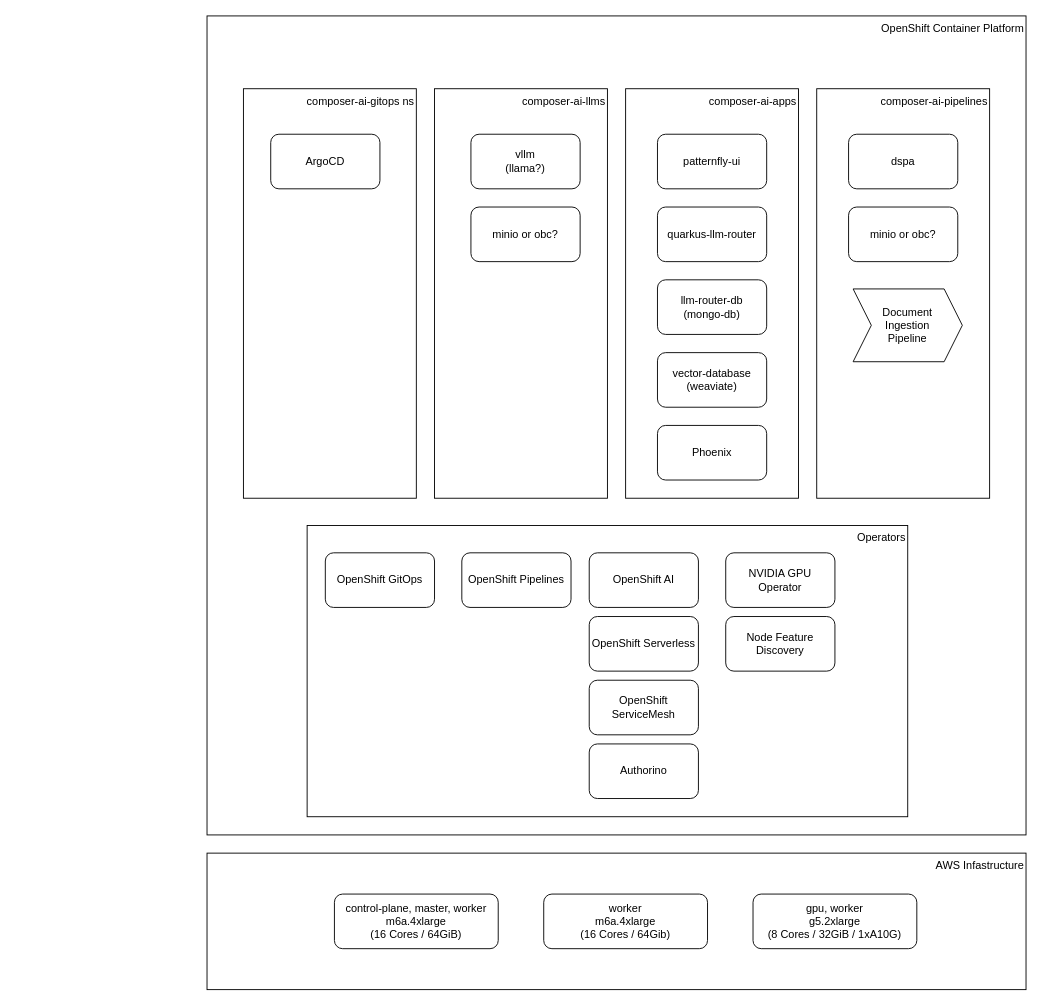
Above: diagrams/cluster-diagram-v2.drawio in redhat-composer-ai/getting-started (draw.io), before the change. Source tidied: cells renumbered, new cells numbered last; positions are measured from the earlier drawing's top-left corner, leaving out a move shared by most shapes. Both pictures are drawn from the tidied source at 91%, with x=0, y=0 at pixel (207, 15).
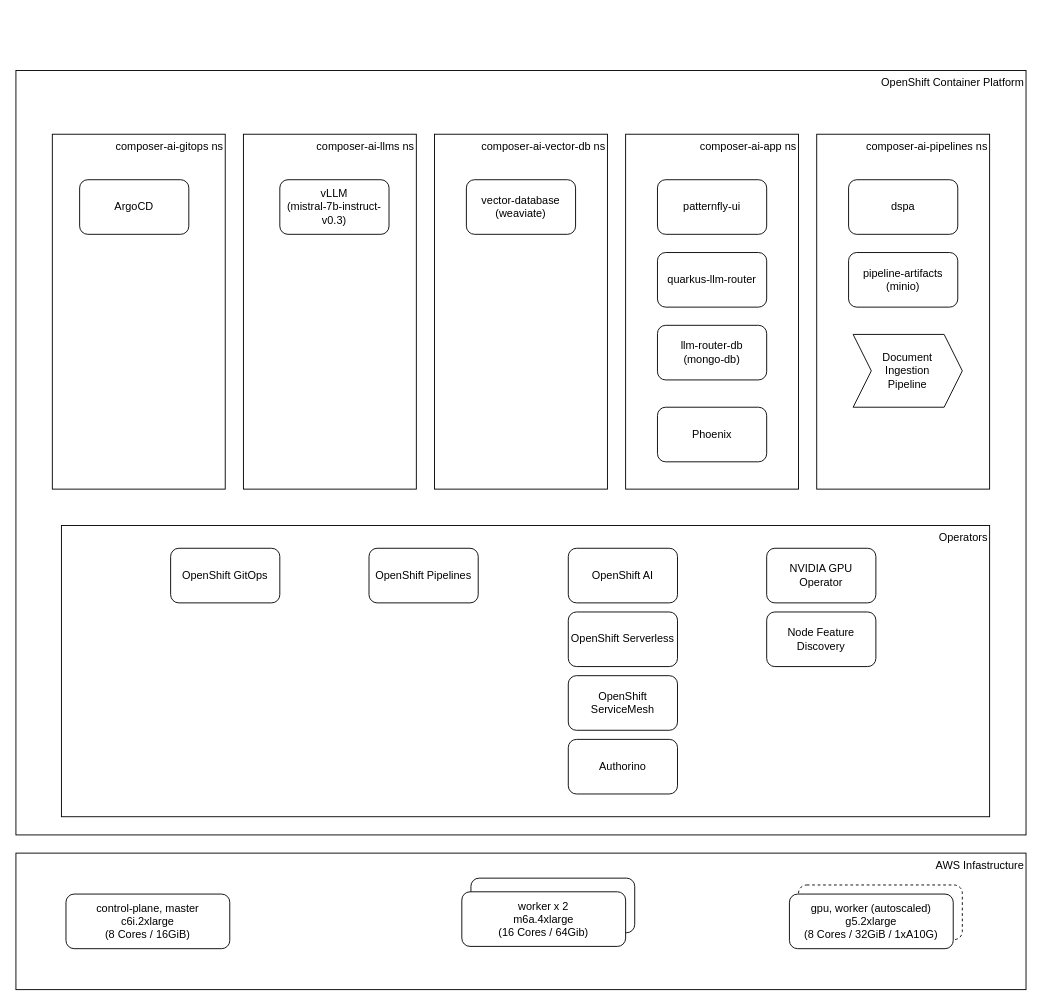
Above is the later version.

Commit message (it also covers changes not shown here):
seperate out vector-db to seperate ns

What changed in the source:
```diff
@@
     <mxCell id="2" value="OpenShift Container Platform" style="rounded=0;whiteSpace=wrap;html=1;align=right;verticalAlign=top;" parent="1" vertex="1">
-      <mxGeometry width="900" height="900" as="geometry" />
+      <mxGeometry x="-210" y="60" width="1110" height="840" as="geometry" />
     </mxCell>
+    <mxCell id="31" value="composer-ai-vector-db ns" style="rounded=0;whiteSpace=wrap;html=1;align=right;verticalAlign=top;" parent="1" vertex="1">
+      <mxGeometry x="250" y="130" width="190" height="390" as="geometry" />
+    </mxCell>
     <mxCell id="3" value="Operators" style="rounded=0;whiteSpace=wrap;html=1;align=right;verticalAlign=top;" parent="1" vertex="1">
-      <mxGeometry x="110" y="560" width="660" height="320" as="geometry" />
+      <mxGeometry x="-160" y="560" width="1020" height="320" as="geometry" />
     </mxCell>
     <mxCell id="4" value="OpenShift GitOps" style="rounded=1;whiteSpace=wrap;html=1;" parent="1" vertex="1">
-      <mxGeometry x="130" y="590" width="120" height="60" as="geometry" />
+      <mxGeometry x="-40" y="585" width="120" height="60" as="geometry" />
     </mxCell>
     <mxCell id="5" value="OpenShift Pipelines" style="rounded=1;whiteSpace=wrap;html=1;" parent="1" vertex="1">
-      <mxGeometry x="280" y="590" width="120" height="60" as="geometry" />
+      <mxGeometry x="178" y="585" width="120" height="60" as="geometry" />
     </mxCell>
     <mxCell id="6" value="OpenShift AI" style="rounded=1;whiteSpace=wrap;html=1;" parent="1" vertex="1">
-      <mxGeometry x="420" y="590" width="120" height="60" as="geometry" />
+      <mxGeometry x="397" y="585" width="120" height="60" as="geometry" />
     </mxCell>
     <mxCell id="7" value="OpenShift Serverless" style="rounded=1;whiteSpace=wrap;html=1;" parent="1" vertex="1">
-      <mxGeometry x="420" y="660" width="120" height="60" as="geometry" />
+      <mxGeometry x="397" y="655" width="120" height="60" as="geometry" />
     </mxCell>
     <mxCell id="8" value="OpenShift ServiceMesh" style="rounded=1;whiteSpace=wrap;html=1;" parent="1" vertex="1">
-      <mxGeometry x="420" y="730" width="120" height="60" as="geometry" />
+      <mxGeometry x="397" y="725" width="120" height="60" as="geometry" />
     </mxCell>
     <mxCell id="9" value="Authorino" style="rounded=1;whiteSpace=wrap;html=1;" parent="1" vertex="1">
-      <mxGeometry x="420" y="800" width="120" height="60" as="geometry" />
+      <mxGeometry x="397" y="795" width="120" height="60" as="geometry" />
     </mxCell>
     <mxCell id="10" value="NVIDIA GPU Operator" style="rounded=1;whiteSpace=wrap;html=1;" parent="1" vertex="1">
-      <mxGeometry x="570" y="590" width="120" height="60" as="geometry" />
+      <mxGeometry x="615" y="585" width="120" height="60" as="geometry" />
     </mxCell>
     <mxCell id="11" value="Node Feature Discovery" style="rounded=1;whiteSpace=wrap;html=1;" parent="1" vertex="1">
-      <mxGeometry x="570" y="660" width="120" height="60" as="geometry" />
+      <mxGeometry x="615" y="655" width="120" height="60" as="geometry" />
     </mxCell>
     <mxCell id="12" value="AWS Infastructure" style="rounded=0;whiteSpace=wrap;html=1;align=right;verticalAlign=top;" parent="1" vertex="1">
-      <mxGeometry y="920" width="900" height="150" as="geometry" />
+      <mxGeometry x="-210" y="920" width="1110" height="150" as="geometry" />
     </mxCell>
-    <mxCell id="13" value="control-plane, master, worker&lt;br&gt;m6a.4xlarge&lt;br&gt;(16 Cores / 64GiB)" style="rounded=1;whiteSpace=wrap;html=1;" parent="1" vertex="1">
-      <mxGeometry x="140" y="965" width="180" height="60" as="geometry" />
+    <mxCell id="13" value="control-plane, master&lt;br&gt;c6i.2xlarge&lt;br&gt;(8 Cores / 16GiB)" style="rounded=1;whiteSpace=wrap;html=1;" parent="1" vertex="1">
+      <mxGeometry x="-155" y="965" width="180" height="60" as="geometry" />
     </mxCell>
-    <mxCell id="14" value="worker&lt;br&gt;m6a.4xlarge&lt;br&gt;(16 Cores / 64Gib)" style="rounded=1;whiteSpace=wrap;html=1;" parent="1" vertex="1">
-      <mxGeometry x="370" y="965" width="180" height="60" as="geometry" />
+    <mxCell id="14" style="rounded=1;whiteSpace=wrap;html=1;" parent="1" vertex="1">
+      <mxGeometry x="290" y="947.5" width="180" height="60" as="geometry" />
     </mxCell>
-    <mxCell id="15" value="gpu, worker&lt;br&gt;g5.2xlarge&lt;br&gt;(8 Cores / 32GiB / 1xA10G)" style="rounded=1;whiteSpace=wrap;html=1;" parent="1" vertex="1">
-      <mxGeometry x="600" y="965" width="180" height="60" as="geometry" />
-    </mxCell>
     <mxCell id="16" value="composer-ai-gitops ns" style="rounded=0;whiteSpace=wrap;html=1;align=right;verticalAlign=top;" parent="1" vertex="1">
-      <mxGeometry x="40" y="80" width="190" height="450" as="geometry" />
+      <mxGeometry x="-170" y="130" width="190" height="390" as="geometry" />
     </mxCell>
     <mxCell id="17" value="ArgoCD" style="rounded=1;whiteSpace=wrap;html=1;" parent="1" vertex="1">
-      <mxGeometry x="70" y="130" width="120" height="60" as="geometry" />
+      <mxGeometry x="-140" y="180" width="120" height="60" as="geometry" />
     </mxCell>
-    <mxCell id="18" value="composer-ai-llms" style="rounded=0;whiteSpace=wrap;html=1;align=right;verticalAlign=top;" parent="1" vertex="1">
-      <mxGeometry x="250" y="80" width="190" height="450" as="geometry" />
+    <mxCell id="18" value="composer-ai-llms ns" style="rounded=0;whiteSpace=wrap;html=1;align=right;verticalAlign=top;" parent="1" vertex="1">
+      <mxGeometry x="40" y="130" width="190" height="390" as="geometry" />
     </mxCell>
-    <mxCell id="19" value="vllm&lt;br&gt;(llama?)" style="rounded=1;whiteSpace=wrap;html=1;" parent="1" vertex="1">
-      <mxGeometry x="290" y="130" width="120" height="60" as="geometry" />
+    <mxCell id="19" value="vLLM&lt;br&gt;(mistral-7b-instruct-v0.3)" style="rounded=1;whiteSpace=wrap;html=1;" parent="1" vertex="1">
+      <mxGeometry x="80" y="180" width="120" height="60" as="geometry" />
     </mxCell>
-    <mxCell id="20" value="minio or obc?" style="rounded=1;whiteSpace=wrap;html=1;" parent="1" vertex="1">
-      <mxGeometry x="290" y="210" width="120" height="60" as="geometry" />
-    </mxCell>
-    <mxCell id="21" value="composer-ai-apps" style="rounded=0;whiteSpace=wrap;html=1;align=right;verticalAlign=top;" parent="1" vertex="1">
-      <mxGeometry x="460" y="80" width="190" height="450" as="geometry" />
+    <mxCell id="21" value="composer-ai-app ns" style="rounded=0;whiteSpace=wrap;html=1;align=right;verticalAlign=top;" parent="1" vertex="1">
+      <mxGeometry x="460" y="130" width="190" height="390" as="geometry" />
     </mxCell>
     <mxCell id="22" value="patternfly-ui" style="rounded=1;whiteSpace=wrap;html=1;" parent="1" vertex="1">
-      <mxGeometry x="495" y="130" width="120" height="60" as="geometry" />
+      <mxGeometry x="495" y="180" width="120" height="60" as="geometry" />
     </mxCell>
     <mxCell id="23" value="quarkus-llm-router" style="rounded=1;whiteSpace=wrap;html=1;" parent="1" vertex="1">
-      <mxGeometry x="495" y="210" width="120" height="60" as="geometry" />
+      <mxGeometry x="495" y="260" width="120" height="60" as="geometry" />
     </mxCell>
     <mxCell id="24" value="vector-database&lt;br&gt;(weaviate)" style="rounded=1;whiteSpace=wrap;html=1;" parent="1" vertex="1">
-      <mxGeometry x="495" y="370" width="120" height="60" as="geometry" />
+      <mxGeometry x="285" y="180" width="120" height="60" as="geometry" />
     </mxCell>
-    <mxCell id="25" value="composer-ai-pipelines" style="rounded=0;whiteSpace=wrap;html=1;align=right;verticalAlign=top;" parent="1" vertex="1">
-      <mxGeometry x="670" y="80" width="190" height="450" as="geometry" />
+    <mxCell id="25" value="composer-ai-pipelines ns" style="rounded=0;whiteSpace=wrap;html=1;align=right;verticalAlign=top;" parent="1" vertex="1">
+      <mxGeometry x="670" y="130" width="190" height="390" as="geometry" />
     </mxCell>
     <mxCell id="26" value="dspa" style="rounded=1;whiteSpace=wrap;html=1;" parent="1" vertex="1">
-      <mxGeometry x="705" y="130" width="120" height="60" as="geometry" />
+      <mxGeometry x="705" y="180" width="120" height="60" as="geometry" />
     </mxCell>
-    <mxCell id="27" value="minio or obc?" style="rounded=1;whiteSpace=wrap;html=1;" parent="1" vertex="1">
-      <mxGeometry x="705" y="210" width="120" height="60" as="geometry" />
+    <mxCell id="27" value="pipeline-artifacts&lt;br&gt;(minio)" style="rounded=1;whiteSpace=wrap;html=1;" parent="1" vertex="1">
+      <mxGeometry x="705" y="260" width="120" height="60" as="geometry" />
     </mxCell>
     <mxCell id="28" value="Document &lt;br&gt;Ingestion &lt;br&gt;Pipeline" style="shape=step;perimeter=stepPerimeter;whiteSpace=wrap;html=1;fixedSize=1;" parent="1" vertex="1">
-      <mxGeometry x="710" y="300" width="120" height="80" as="geometry" />
+      <mxGeometry x="710" y="350" width="120" height="80" as="geometry" />
     </mxCell>
     <mxCell id="29" value="Phoenix" style="rounded=1;whiteSpace=wrap;html=1;" parent="1" vertex="1">
-      <mxGeometry x="495" y="450" width="120" height="60" as="geometry" />
+      <mxGeometry x="495" y="430" width="120" height="60" as="geometry" />
     </mxCell>
     <mxCell id="30" value="llm-router-db&lt;br&gt;(mongo-db)" style="rounded=1;whiteSpace=wrap;html=1;" parent="1" vertex="1">
-      <mxGeometry x="495" y="290" width="120" height="60" as="geometry" />
+      <mxGeometry x="495" y="340" width="120" height="60" as="geometry" />
     </mxCell>
+    <mxCell id="32" value="worker x 2&lt;br&gt;m6a.4xlarge&lt;br&gt;(16 Cores / 64Gib)" style="rounded=1;whiteSpace=wrap;html=1;" parent="1" vertex="1">
+      <mxGeometry x="280" y="962.5" width="180" height="60" as="geometry" />
+    </mxCell>
+    <mxCell id="33" style="rounded=1;whiteSpace=wrap;html=1;dashed=1;" parent="1" vertex="1">
+      <mxGeometry x="650" y="955" width="180" height="60" as="geometry" />
+    </mxCell>
+    <mxCell id="15" value="gpu, worker (autoscaled)&lt;br&gt;g5.2xlarge&lt;br&gt;(8 Cores / 32GiB / 1xA10G)" style="rounded=1;whiteSpace=wrap;html=1;" parent="1" vertex="1">
+      <mxGeometry x="640" y="965" width="180" height="60" as="geometry" />
+    </mxCell>
```
